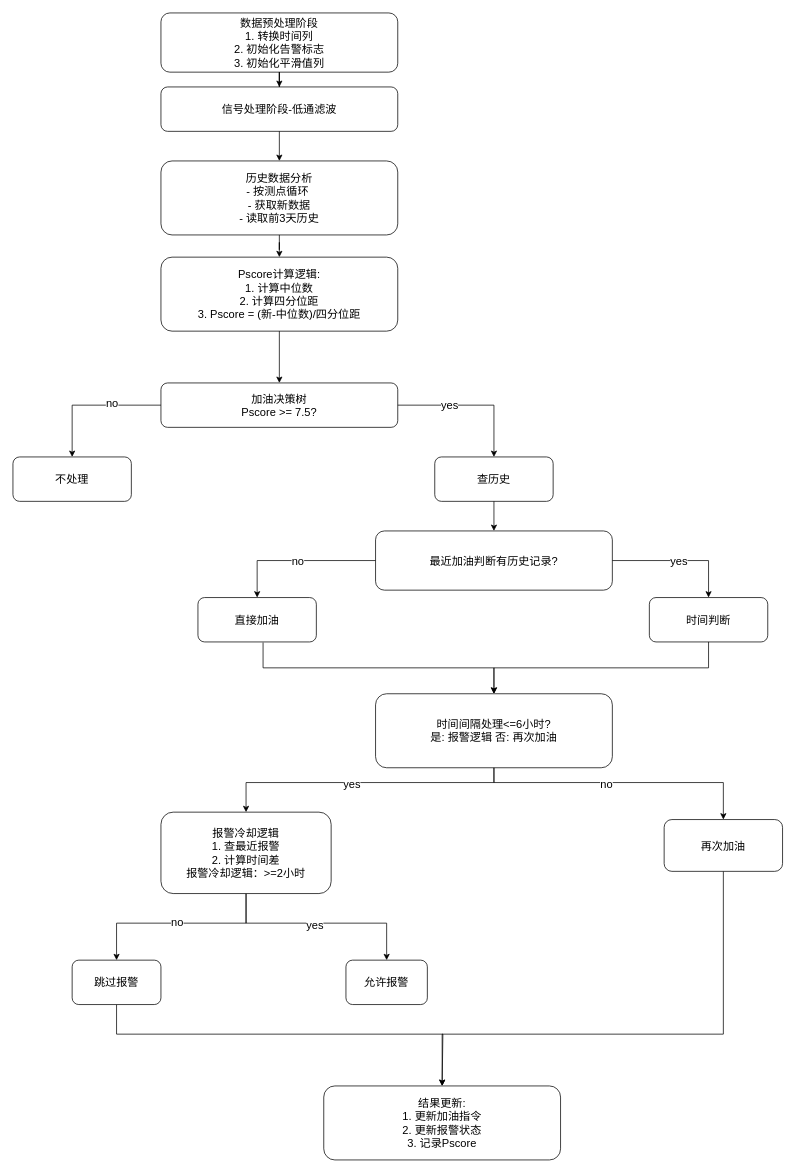
Earlier version of the draw.io diagram pscore_fuel_decision.drawio (729973389/picture). Source tidied: cells renumbered, new cells numbered last; positions are measured from the earlier drawing's top-left corner, leaving out a move shared by most shapes. Both pictures are drawn from the tidied source at 74%, with x=0, y=0 at pixel (13, 13).
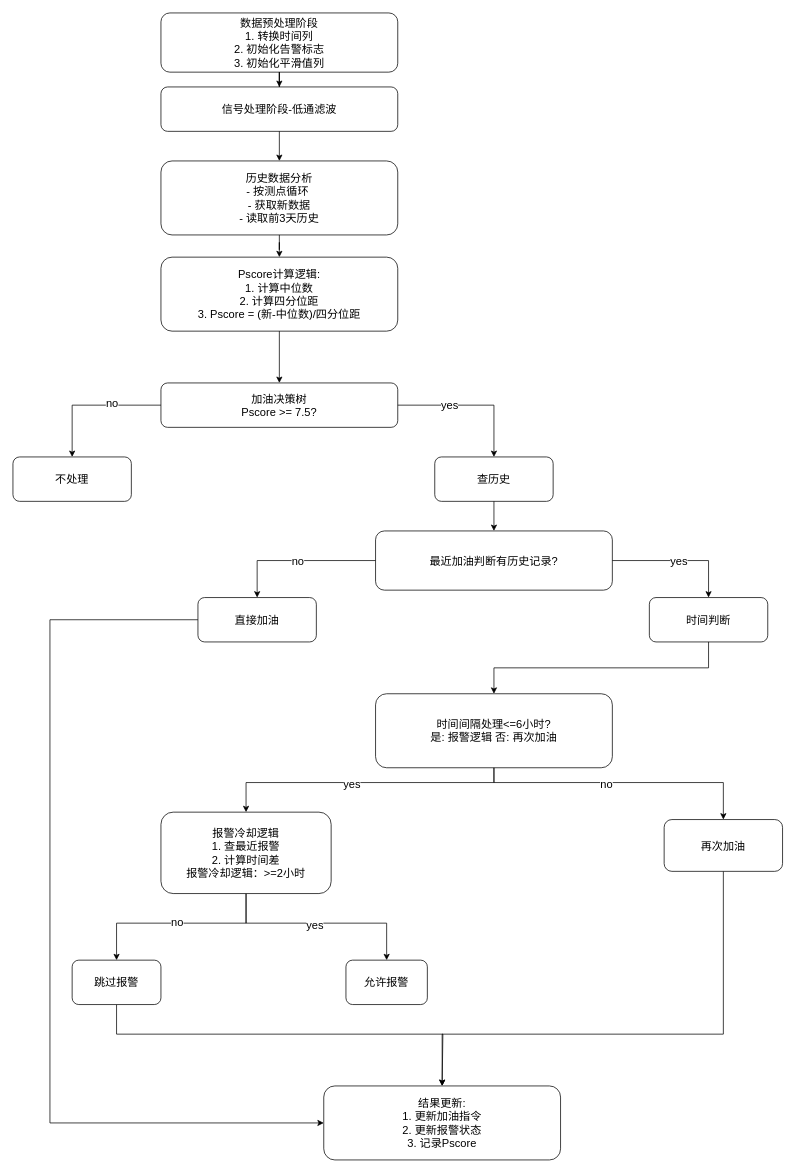
The same page after the edit.

Unchanged cells that the change refers to:
```xml
<mxCell id="10" value="直接加油" style="rounded=1;whiteSpace=wrap;html=1;strokeColor=#000000;fillColor=#FFFFFF;fontSize=15;" parent="1" vertex="1">
  <mxGeometry x="250" y="790" width="160" height="60" as="geometry" />
</mxCell>
<mxCell id="14" value="时间间隔处理&amp;lt;=6小时?&lt;div&gt;是: 报警逻辑   否: 再次加油&lt;/div&gt;" style="rounded=1;whiteSpace=wrap;html=1;strokeColor=#000000;fillColor=#FFFFFF;fontSize=15;" parent="1" vertex="1">
  <mxGeometry x="490" y="920" width="320" height="100" as="geometry" />
</mxCell>
<mxCell id="20" value="结果更新:&lt;div&gt;1. 更新加油指令&lt;div&gt;2. 更新报警状态&lt;/div&gt;&lt;div&gt;3. 记录Pscore&lt;/div&gt;&lt;/div&gt;" style="rounded=1;whiteSpace=wrap;html=1;strokeColor=#000000;fillColor=#FFFFFF;fontSize=15;" parent="1" vertex="1">
  <mxGeometry x="420" y="1450" width="320" height="100" as="geometry" />
</mxCell>
```

The edit, as a diff of the source:
```diff
@@
+    <mxCell id="40" style="edgeStyle=orthogonalEdgeStyle;rounded=0;jettySize=auto;html=1;entryX=0;entryY=0.5;entryDx=0;entryDy=0;" parent="1" edge="1" source="10" target="20">
+      <mxGeometry relative="1" as="geometry">
+        <Array as="points">
+          <mxPoint x="50" y="820" />
+          <mxPoint x="50" y="1500" />
+        </Array>
+      </mxGeometry>
+    </mxCell>
@@
-    <mxCell id="32" style="edgeStyle=orthogonalEdgeStyle;rounded=0;jettySize=auto;html=1;exitX=0.55;exitY=1.013;exitDx=0;exitDy=0;exitPerimeter=0;fontSize=15;" parent="1" edge="1" source="10" target="14">
-      <mxGeometry relative="1" as="geometry" />
-    </mxCell>
```
